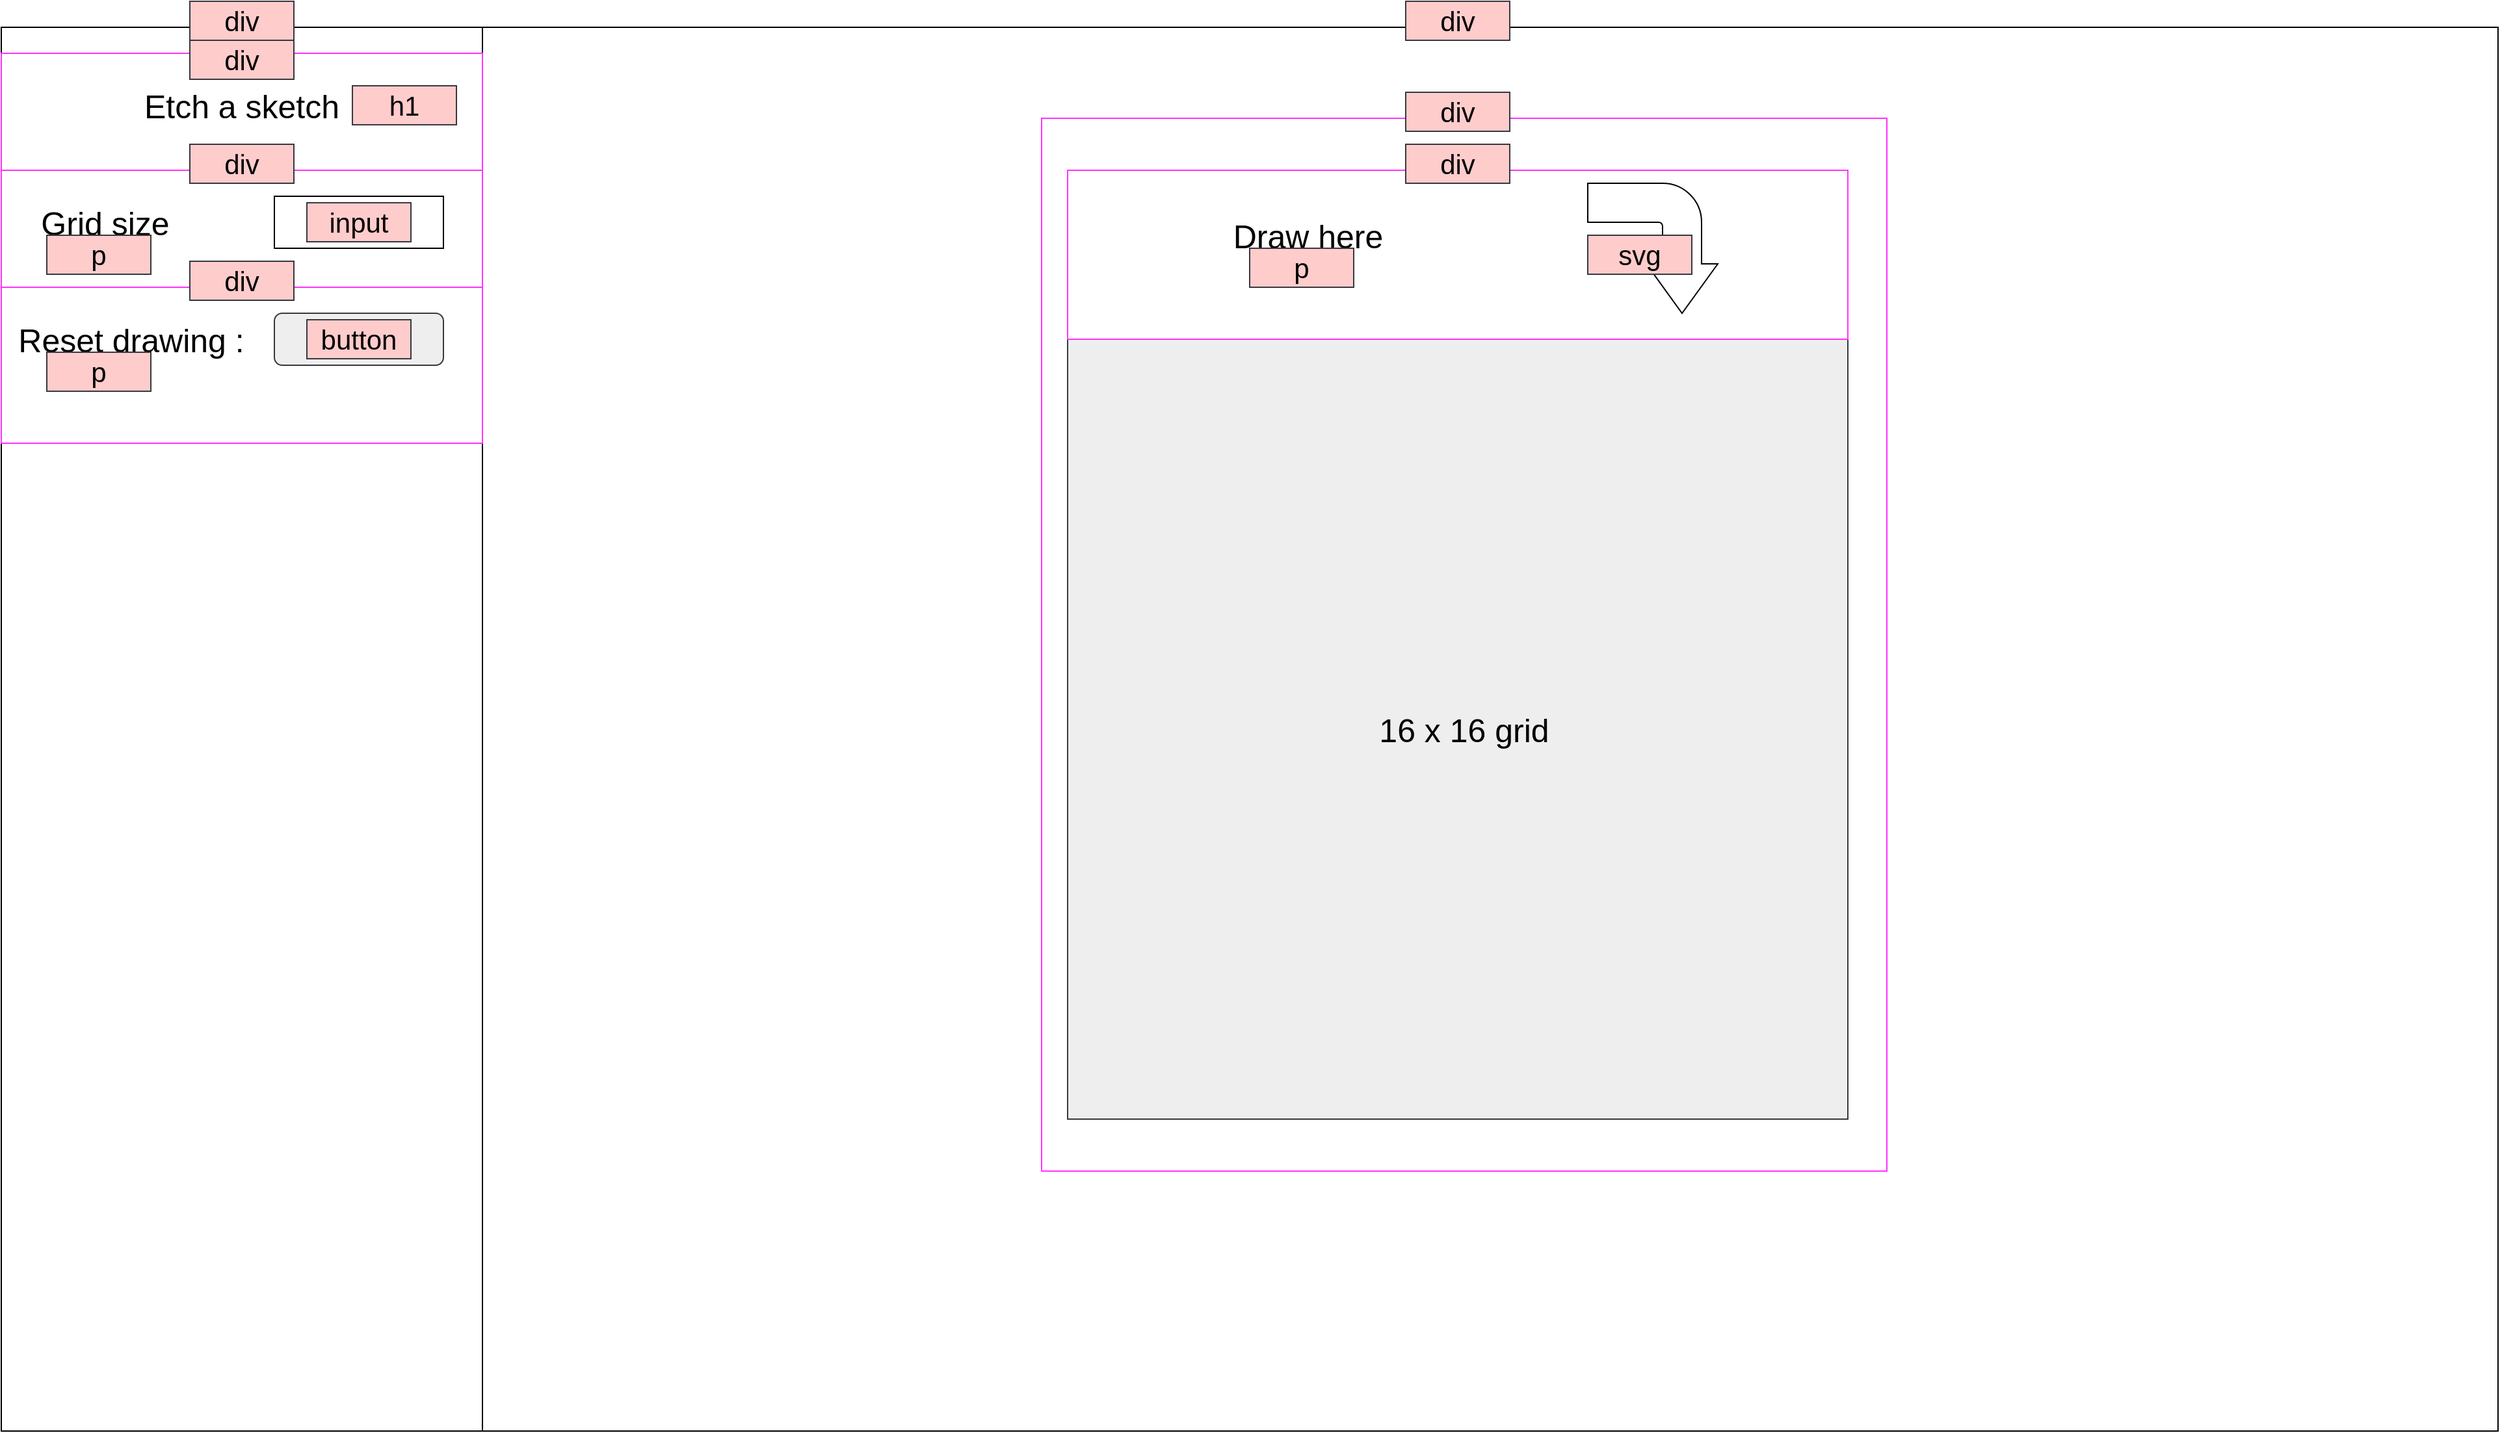
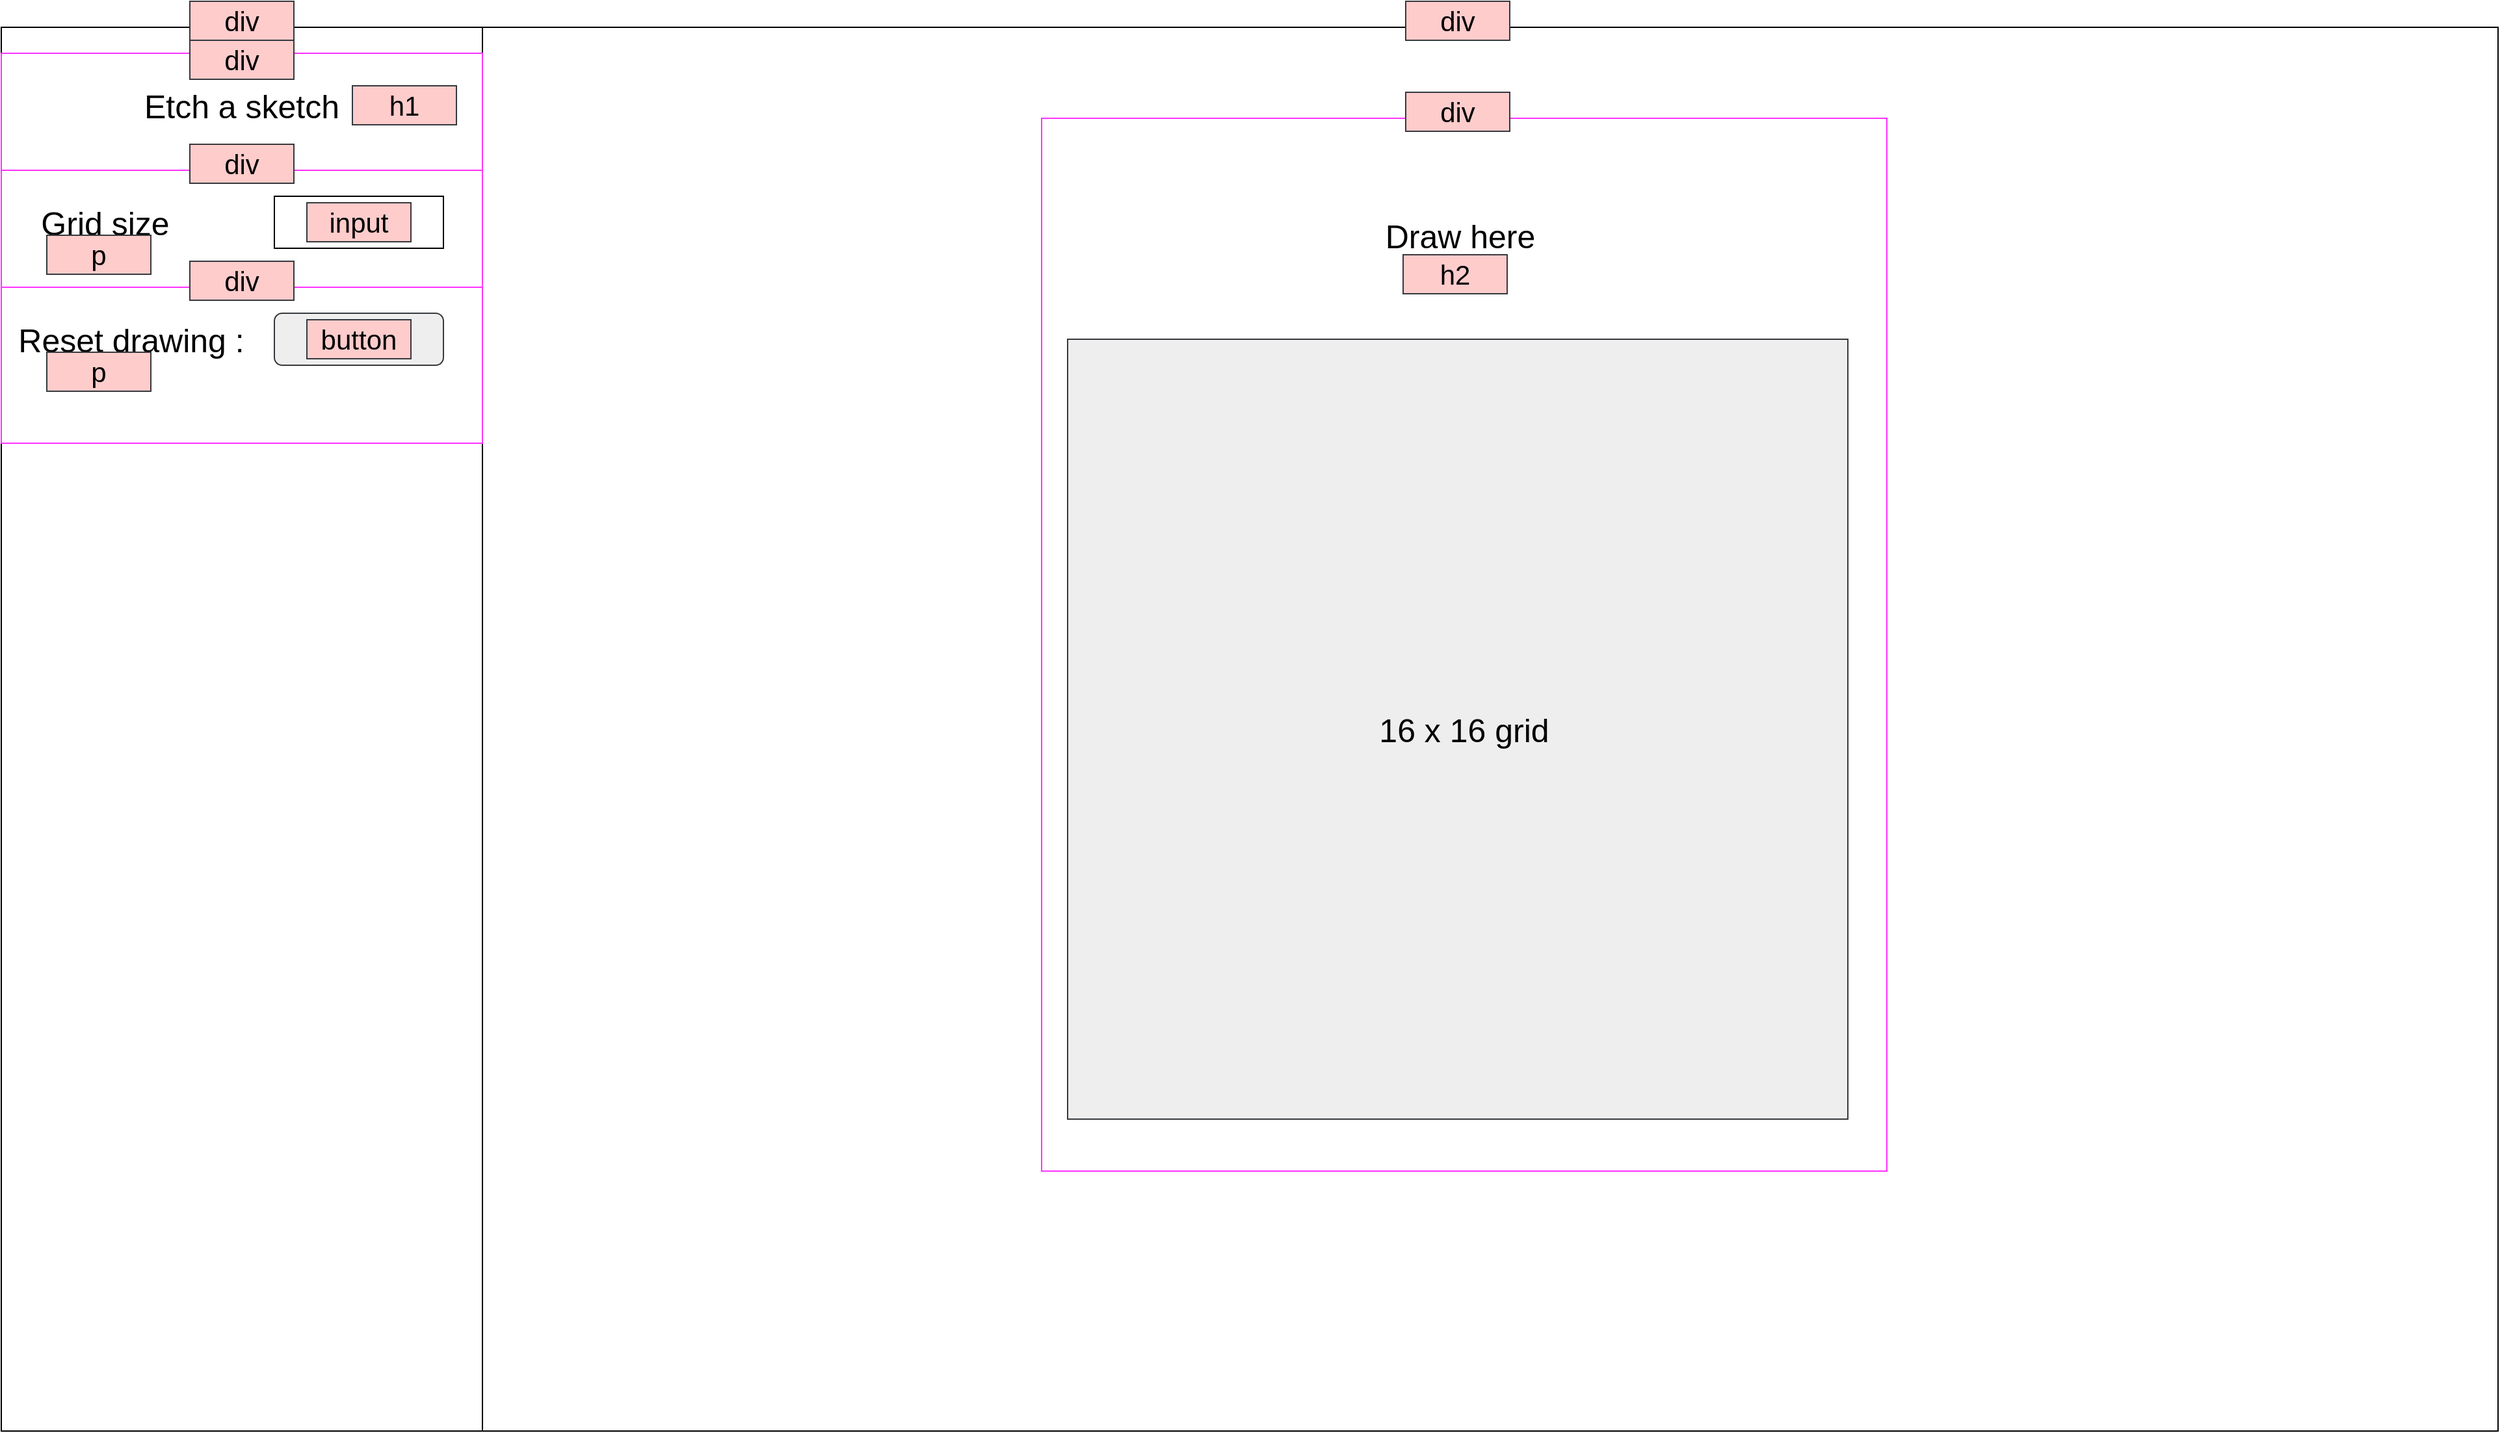
<mxfile host="Electron" agent="Mozilla/5.0 (X11; Linux x86_64) AppleWebKit/537.36 (KHTML, like Gecko) draw.io/28.2.5 Chrome/138.0.7204.251 Electron/37.6.1 Safari/537.36" version="28.2.5">
  <diagram name="Page-1" id="Matvr2todhKXdYtulGLD">
    <mxGraphModel dx="2037" dy="1204" grid="1" gridSize="10" guides="1" tooltips="1" connect="1" arrows="1" fold="1" page="1" pageScale="1" pageWidth="850" pageHeight="1100" math="0" shadow="0">
      <root>
        <mxCell id="0" />
        <mxCell id="1" parent="0" />
        <mxCell id="6iAA0K8RYDsCToxyENGH-2" value="" style="rounded=0;whiteSpace=wrap;html=1;" vertex="1" parent="1">
          <mxGeometry x="310" y="120" width="1920" height="1080" as="geometry" />
        </mxCell>
        <mxCell id="6iAA0K8RYDsCToxyENGH-36" value="" style="rounded=0;whiteSpace=wrap;html=1;strokeColor=#FF33FF;fillColor=none;" vertex="1" parent="1">
          <mxGeometry x="1110" y="190" width="650" height="810" as="geometry" />
        </mxCell>
        <mxCell id="6iAA0K8RYDsCToxyENGH-3" value="" style="rounded=0;whiteSpace=wrap;html=1;" vertex="1" parent="1">
          <mxGeometry x="310" y="120" width="370" height="1080" as="geometry" />
        </mxCell>
        <mxCell id="6iAA0K8RYDsCToxyENGH-24" value="" style="rounded=0;whiteSpace=wrap;html=1;strokeColor=#FF33FF;fillColor=none;" vertex="1" parent="1">
          <mxGeometry x="310" y="140" width="370" height="300" as="geometry" />
        </mxCell>
        <mxCell id="6iAA0K8RYDsCToxyENGH-4" value="Etch a sketch" style="text;html=1;align=center;verticalAlign=middle;whiteSpace=wrap;rounded=0;fontSize=25;" vertex="1" parent="1">
          <mxGeometry x="380" y="140" width="230" height="80" as="geometry" />
        </mxCell>
        <mxCell id="6iAA0K8RYDsCToxyENGH-6" value="" style="whiteSpace=wrap;html=1;aspect=fixed;fillColor=#eeeeee;strokeColor=#36393d;" vertex="1" parent="1">
          <mxGeometry x="1130" y="360" width="600" height="600" as="geometry" />
        </mxCell>
        <mxCell id="6iAA0K8RYDsCToxyENGH-8" value="16 x 16 grid" style="text;html=1;align=center;verticalAlign=middle;whiteSpace=wrap;rounded=0;fontSize=25;" vertex="1" parent="1">
          <mxGeometry x="1320" y="620" width="230" height="80" as="geometry" />
        </mxCell>
        <mxCell id="6iAA0K8RYDsCToxyENGH-9" value="Draw here" style="text;html=1;align=center;verticalAlign=middle;whiteSpace=wrap;rounded=0;fontSize=25;" vertex="1" parent="1">
-           <mxGeometry x="1200" y="240" width="230" height="80" as="geometry" />
-         </mxCell>
-         <mxCell id="6iAA0K8RYDsCToxyENGH-10" value="" style="html=1;shadow=0;dashed=0;align=center;verticalAlign=middle;shape=mxgraph.arrows2.bendArrow;dy=15;dx=38;notch=0;arrowHead=55;rounded=1;rotation=90;" vertex="1" parent="1">
-           <mxGeometry x="1530" y="240" width="100" height="100" as="geometry" />
+           <mxGeometry x="1317" y="240" width="230" height="80" as="geometry" />
        </mxCell>
        <mxCell id="6iAA0K8RYDsCToxyENGH-13" value="" style="rounded=0;whiteSpace=wrap;html=1;" vertex="1" parent="1">
          <mxGeometry x="520" y="250" width="130" height="40" as="geometry" />
        </mxCell>
        <mxCell id="6iAA0K8RYDsCToxyENGH-14" value="Grid size" style="text;html=1;align=center;verticalAlign=middle;whiteSpace=wrap;rounded=0;fontSize=25;" vertex="1" parent="1">
          <mxGeometry x="310" y="230" width="160" height="80" as="geometry" />
        </mxCell>
        <mxCell id="6iAA0K8RYDsCToxyENGH-15" value="Reset drawing :" style="text;html=1;align=center;verticalAlign=middle;whiteSpace=wrap;rounded=0;fontSize=25;" vertex="1" parent="1">
          <mxGeometry x="320" y="320" width="180" height="80" as="geometry" />
        </mxCell>
        <mxCell id="6iAA0K8RYDsCToxyENGH-17" value="Button" style="rounded=1;whiteSpace=wrap;html=1;fillColor=#eeeeee;strokeColor=#36393d;" vertex="1" parent="1">
          <mxGeometry x="520" y="340" width="130" height="40" as="geometry" />
        </mxCell>
        <mxCell id="6iAA0K8RYDsCToxyENGH-18" value="div" style="text;html=1;align=center;verticalAlign=middle;whiteSpace=wrap;rounded=0;fillColor=#ffcccc;strokeColor=#36393d;fontSize=21;" vertex="1" parent="1">
          <mxGeometry x="455" y="100" width="80" height="30" as="geometry" />
        </mxCell>
        <mxCell id="6iAA0K8RYDsCToxyENGH-21" value="div" style="text;html=1;align=center;verticalAlign=middle;whiteSpace=wrap;rounded=0;fillColor=#ffcccc;strokeColor=#36393d;fontSize=21;" vertex="1" parent="1">
          <mxGeometry x="1390" y="100" width="80" height="30" as="geometry" />
        </mxCell>
        <mxCell id="6iAA0K8RYDsCToxyENGH-22" value="p" style="text;html=1;align=center;verticalAlign=middle;whiteSpace=wrap;rounded=0;fillColor=#ffcccc;strokeColor=#36393d;fontSize=21;" vertex="1" parent="1">
          <mxGeometry x="345" y="280" width="80" height="30" as="geometry" />
        </mxCell>
        <mxCell id="6iAA0K8RYDsCToxyENGH-23" value="p" style="text;html=1;align=center;verticalAlign=middle;whiteSpace=wrap;rounded=0;fillColor=#ffcccc;strokeColor=#36393d;fontSize=21;" vertex="1" parent="1">
          <mxGeometry x="345" y="370" width="80" height="30" as="geometry" />
        </mxCell>
        <mxCell id="6iAA0K8RYDsCToxyENGH-25" value="div" style="text;html=1;align=center;verticalAlign=middle;whiteSpace=wrap;rounded=0;fillColor=#ffcccc;strokeColor=#36393d;fontSize=21;" vertex="1" parent="1">
          <mxGeometry x="455" y="130" width="80" height="30" as="geometry" />
        </mxCell>
        <mxCell id="6iAA0K8RYDsCToxyENGH-26" value="h1" style="text;html=1;align=center;verticalAlign=middle;whiteSpace=wrap;rounded=0;fillColor=#ffcccc;strokeColor=#36393d;fontSize=21;" vertex="1" parent="1">
          <mxGeometry x="580" y="165" width="80" height="30" as="geometry" />
        </mxCell>
        <mxCell id="6iAA0K8RYDsCToxyENGH-27" value="" style="rounded=0;whiteSpace=wrap;html=1;strokeColor=#FF33FF;fillColor=none;" vertex="1" parent="1">
          <mxGeometry x="310" y="230" width="370" height="90" as="geometry" />
        </mxCell>
        <mxCell id="6iAA0K8RYDsCToxyENGH-28" value="div" style="text;html=1;align=center;verticalAlign=middle;whiteSpace=wrap;rounded=0;fillColor=#ffcccc;strokeColor=#36393d;fontSize=21;" vertex="1" parent="1">
          <mxGeometry x="455" y="210" width="80" height="30" as="geometry" />
        </mxCell>
        <mxCell id="6iAA0K8RYDsCToxyENGH-29" value="div" style="text;html=1;align=center;verticalAlign=middle;whiteSpace=wrap;rounded=0;fillColor=#ffcccc;strokeColor=#36393d;fontSize=21;" vertex="1" parent="1">
          <mxGeometry x="455" y="300" width="80" height="30" as="geometry" />
        </mxCell>
        <mxCell id="6iAA0K8RYDsCToxyENGH-30" value="input" style="text;html=1;align=center;verticalAlign=middle;whiteSpace=wrap;rounded=0;fillColor=#ffcccc;strokeColor=#36393d;fontSize=21;" vertex="1" parent="1">
          <mxGeometry x="545" y="255" width="80" height="30" as="geometry" />
        </mxCell>
        <mxCell id="6iAA0K8RYDsCToxyENGH-31" value="button" style="text;html=1;align=center;verticalAlign=middle;whiteSpace=wrap;rounded=0;fillColor=#ffcccc;strokeColor=#36393d;fontSize=21;" vertex="1" parent="1">
          <mxGeometry x="545" y="345" width="80" height="30" as="geometry" />
        </mxCell>
-         <mxCell id="6iAA0K8RYDsCToxyENGH-32" value="" style="rounded=0;whiteSpace=wrap;html=1;strokeColor=#FF33FF;fillColor=none;" vertex="1" parent="1">
-           <mxGeometry x="1130" y="230" width="600" height="130" as="geometry" />
-         </mxCell>
-         <mxCell id="6iAA0K8RYDsCToxyENGH-33" value="div" style="text;html=1;align=center;verticalAlign=middle;whiteSpace=wrap;rounded=0;fillColor=#ffcccc;strokeColor=#36393d;fontSize=21;" vertex="1" parent="1">
-           <mxGeometry x="1390" y="210" width="80" height="30" as="geometry" />
-         </mxCell>
-         <mxCell id="6iAA0K8RYDsCToxyENGH-34" value="svg" style="text;html=1;align=center;verticalAlign=middle;whiteSpace=wrap;rounded=0;fillColor=#ffcccc;strokeColor=#36393d;fontSize=21;" vertex="1" parent="1">
-           <mxGeometry x="1530" y="280" width="80" height="30" as="geometry" />
-         </mxCell>
-         <mxCell id="6iAA0K8RYDsCToxyENGH-35" value="p" style="text;html=1;align=center;verticalAlign=middle;whiteSpace=wrap;rounded=0;fillColor=#ffcccc;strokeColor=#36393d;fontSize=21;" vertex="1" parent="1">
-           <mxGeometry x="1270" y="290" width="80" height="30" as="geometry" />
+         <mxCell id="6iAA0K8RYDsCToxyENGH-35" value="h2" style="text;html=1;align=center;verticalAlign=middle;whiteSpace=wrap;rounded=0;fillColor=#ffcccc;strokeColor=#36393d;fontSize=21;" vertex="1" parent="1">
+           <mxGeometry x="1388" y="295" width="80" height="30" as="geometry" />
        </mxCell>
        <mxCell id="6iAA0K8RYDsCToxyENGH-37" value="div" style="text;html=1;align=center;verticalAlign=middle;whiteSpace=wrap;rounded=0;fillColor=#ffcccc;strokeColor=#36393d;fontSize=21;" vertex="1" parent="1">
          <mxGeometry x="1390" y="170" width="80" height="30" as="geometry" />
        </mxCell>
      </root>
    </mxGraphModel>
  </diagram>
</mxfile>
